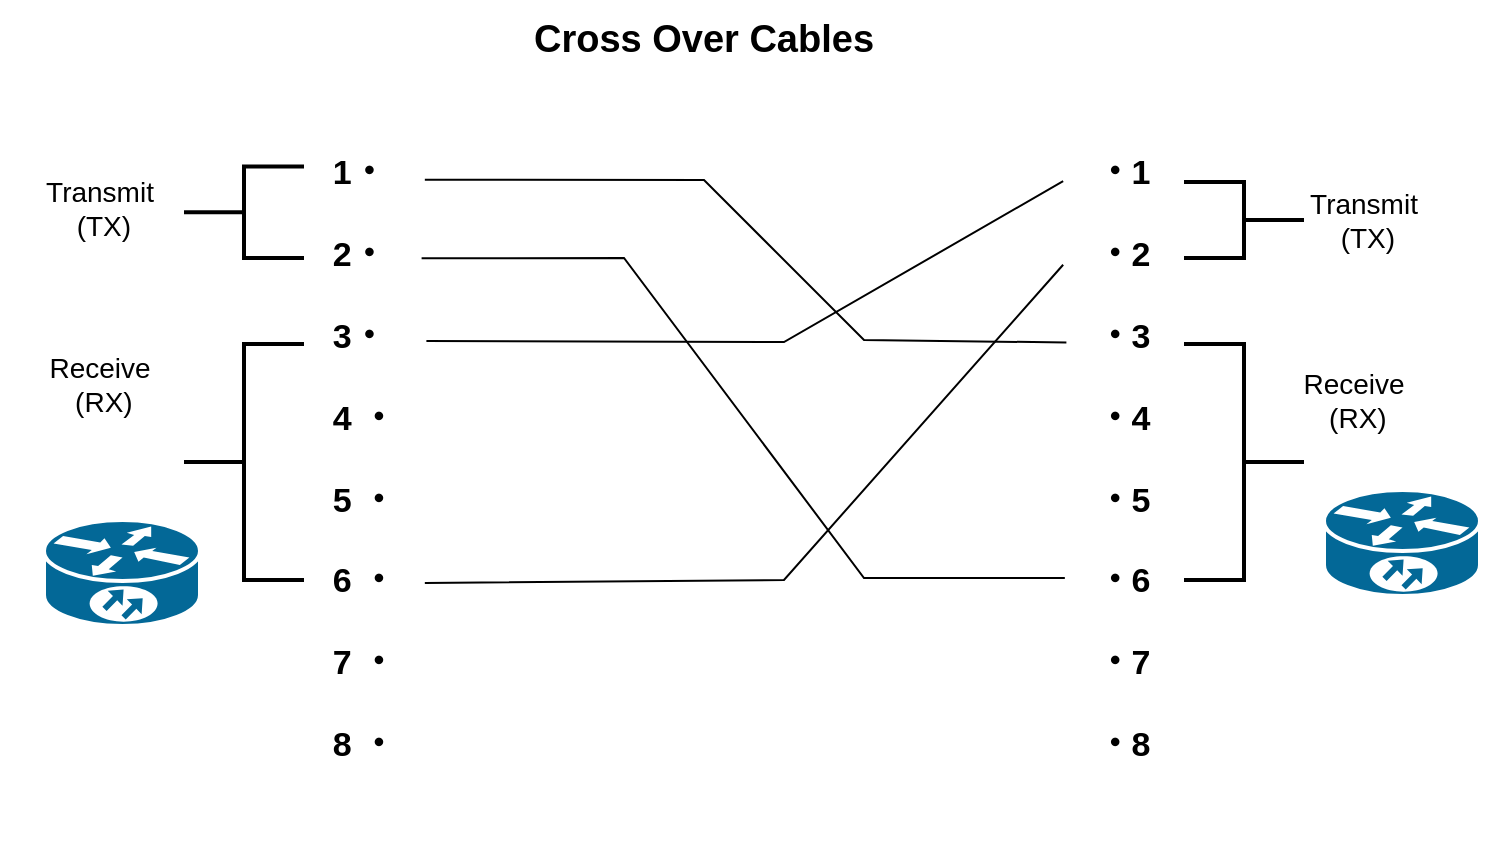
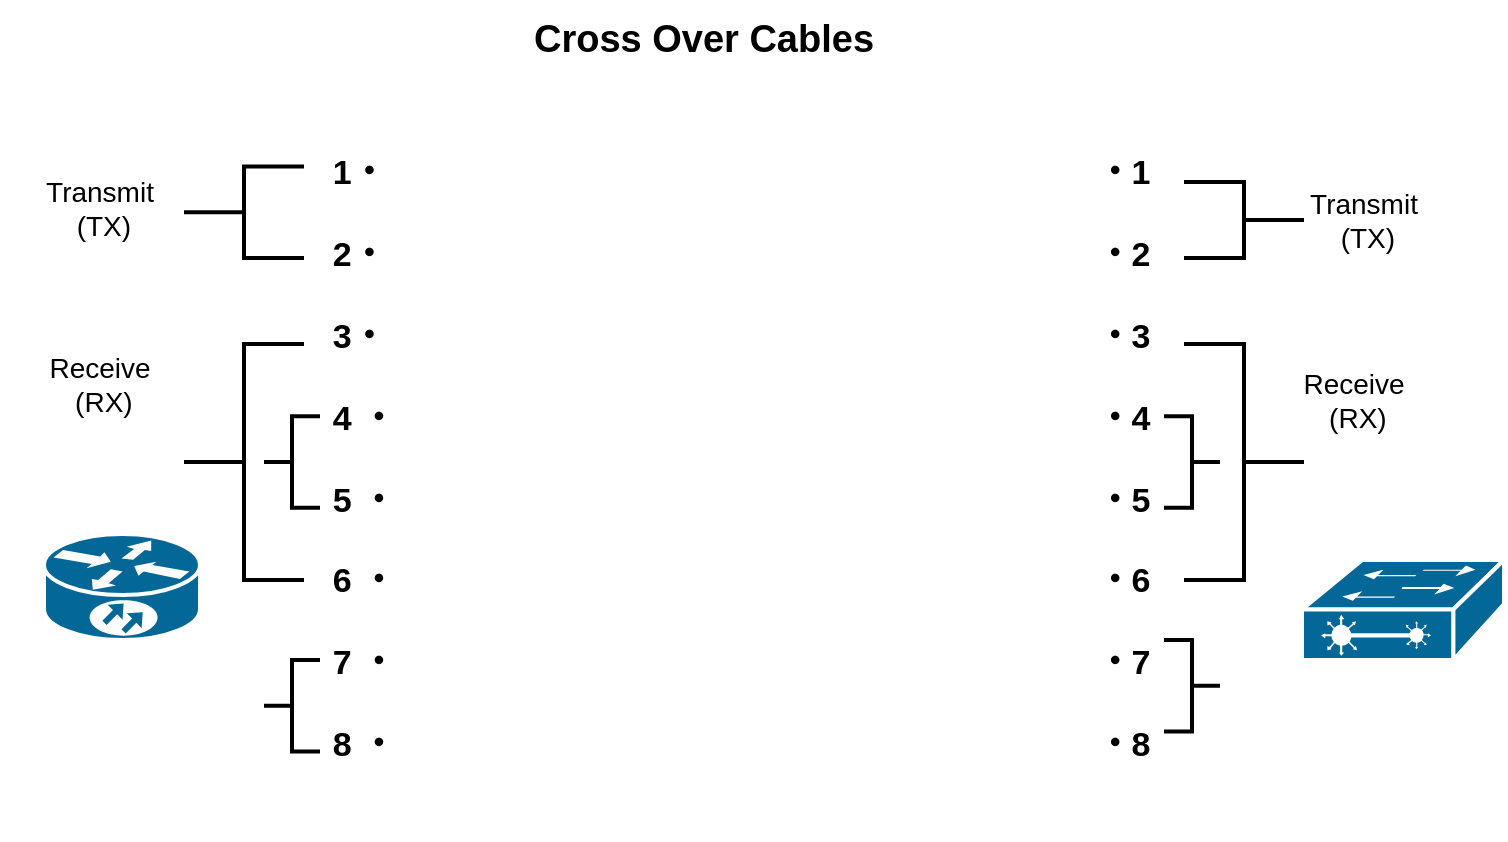
<mxfile host="app.diagrams.net">
  <diagram name="Page-1" id="i0ITgJ9p3X1GBUkITVi4">
-     <mxGraphModel dx="1030" dy="552" grid="1" gridSize="10" guides="1" tooltips="1" connect="1" arrows="1" fold="1" page="1" pageScale="1" pageWidth="850" pageHeight="1100" math="0" shadow="0">
+     <mxGraphModel dx="1030" dy="553" grid="1" gridSize="10" guides="1" tooltips="1" connect="1" arrows="1" fold="1" page="1" pageScale="1" pageWidth="850" pageHeight="1100" math="0" shadow="0">
      <root>
        <mxCell id="0" />
        <mxCell id="1" parent="0" />
        <mxCell id="z0fqkPYA5qzKYMgXjRuS-20" parent="1" style="strokeColor=#ffffff;sketch=0;html=1;pointerEvents=1;dashed=0;fillColor=#036897;strokeWidth=2;verticalLabelPosition=bottom;verticalAlign=top;align=center;outlineConnect=0;shape=mxgraph.cisco.routers.10700;" value="" vertex="1">
-           <mxGeometry height="53" width="78" x="30" y="330" as="geometry" />
+           <mxGeometry height="53" width="78" x="30" y="337" as="geometry" />
        </mxCell>
        <mxCell id="z0fqkPYA5qzKYMgXjRuS-23" parent="1" style="text;html=1;whiteSpace=wrap;strokeColor=none;fillColor=none;align=center;verticalAlign=middle;rounded=0;fontStyle=1;fontSize=17;" value="&lt;div align=&quot;left&quot;&gt;1・&lt;/div&gt;&lt;div align=&quot;left&quot;&gt;&lt;br&gt;2・&lt;/div&gt;&lt;div align=&quot;left&quot;&gt;&lt;br&gt;3・&lt;/div&gt;&lt;div align=&quot;left&quot;&gt;&lt;br&gt;4 ・&lt;/div&gt;&lt;div align=&quot;left&quot;&gt;&lt;br&gt;5 ・&lt;/div&gt;&lt;div align=&quot;left&quot;&gt;&lt;br&gt;6 ・&lt;/div&gt;&lt;div align=&quot;left&quot;&gt;&lt;br&gt;7 ・&lt;/div&gt;&lt;div align=&quot;left&quot;&gt;&lt;br&gt;8 ・&lt;/div&gt;&lt;div&gt;&lt;br&gt;&lt;/div&gt;" vertex="1">
          <mxGeometry height="360" width="60" x="160" y="130" as="geometry" />
        </mxCell>
        <mxCell id="z0fqkPYA5qzKYMgXjRuS-24" parent="1" style="text;html=1;whiteSpace=wrap;strokeColor=none;fillColor=none;align=center;verticalAlign=middle;rounded=0;fontStyle=1;fontSize=17;" value="&lt;div align=&quot;left&quot;&gt;・1&lt;/div&gt;&lt;div align=&quot;left&quot;&gt;&lt;br&gt;・2&lt;/div&gt;&lt;div align=&quot;left&quot;&gt;&lt;br&gt;・3&lt;/div&gt;&lt;div align=&quot;left&quot;&gt;&lt;br&gt;・4&lt;/div&gt;&lt;div align=&quot;left&quot;&gt;&lt;br&gt;・5&lt;/div&gt;&lt;div align=&quot;left&quot;&gt;&lt;br&gt;・6&lt;/div&gt;&lt;div align=&quot;left&quot;&gt;&lt;br&gt;・7&lt;/div&gt;&lt;div align=&quot;left&quot;&gt;&lt;br&gt;・8&lt;/div&gt;&lt;div&gt;&lt;br&gt;&lt;/div&gt;" vertex="1">
          <mxGeometry height="360" width="60" x="540" y="130" as="geometry" />
        </mxCell>
        <mxCell id="z0fqkPYA5qzKYMgXjRuS-36" parent="1" style="text;html=1;whiteSpace=wrap;strokeColor=none;fillColor=none;align=center;verticalAlign=middle;rounded=0;fontSize=14;" value="&lt;div&gt;Receive&lt;/div&gt;&lt;div&gt;&amp;nbsp;(RX)&lt;/div&gt;" vertex="1">
          <mxGeometry height="39" width="150" x="610" y="250" as="geometry" />
        </mxCell>
        <mxCell id="z0fqkPYA5qzKYMgXjRuS-37" parent="1" style="text;html=1;whiteSpace=wrap;strokeColor=none;fillColor=none;align=center;verticalAlign=middle;rounded=0;fontSize=14;" value="&lt;div&gt;Transmit&lt;/div&gt;&lt;div&gt;&amp;nbsp;(TX)&lt;/div&gt;" vertex="1">
          <mxGeometry height="39" width="100" x="8" y="154.25" as="geometry" />
        </mxCell>
        <mxCell id="z0fqkPYA5qzKYMgXjRuS-38" parent="1" style="text;html=1;whiteSpace=wrap;strokeColor=none;fillColor=none;align=center;verticalAlign=middle;rounded=0;fontSize=14;" value="&lt;div&gt;Transmit&lt;/div&gt;&lt;div&gt;&amp;nbsp;(TX)&lt;/div&gt;" vertex="1">
          <mxGeometry height="39" width="100" x="640" y="160" as="geometry" />
        </mxCell>
        <mxCell id="z0fqkPYA5qzKYMgXjRuS-39" parent="1" style="text;html=1;whiteSpace=wrap;strokeColor=none;fillColor=none;align=center;verticalAlign=middle;rounded=0;fontSize=14;" value="&lt;div&gt;Receive&lt;/div&gt;&lt;div&gt;&amp;nbsp;(RX)&lt;/div&gt;" vertex="1">
          <mxGeometry height="39" width="100" x="8" y="242" as="geometry" />
        </mxCell>
        <mxCell id="z0fqkPYA5qzKYMgXjRuS-48" parent="1" style="text;html=1;whiteSpace=wrap;strokeColor=none;fillColor=none;align=center;verticalAlign=middle;rounded=0;" value="&lt;b&gt;&lt;font style=&quot;font-size: 19px;&quot;&gt;Cross Over Cables&lt;/font&gt;&lt;/b&gt;" vertex="1">
          <mxGeometry height="40" width="260" x="230" y="70" as="geometry" />
        </mxCell>
-         <mxCell id="z0fqkPYA5qzKYMgXjRuS-49" parent="1" style="strokeColor=#ffffff;sketch=0;html=1;pointerEvents=1;dashed=0;fillColor=#036897;strokeWidth=2;verticalLabelPosition=bottom;verticalAlign=top;align=center;outlineConnect=0;shape=mxgraph.cisco.routers.10700;" value="" vertex="1">
-           <mxGeometry height="53" width="78" x="670" y="315" as="geometry" />
-         </mxCell>
        <mxCell id="z0fqkPYA5qzKYMgXjRuS-58" parent="1" style="strokeWidth=2;html=1;shape=mxgraph.flowchart.annotation_2;align=left;labelPosition=right;pointerEvents=1;" value="" vertex="1">
          <mxGeometry height="118" width="60" x="100" y="242" as="geometry" />
        </mxCell>
        <mxCell id="z0fqkPYA5qzKYMgXjRuS-59" parent="1" style="strokeWidth=2;html=1;shape=mxgraph.flowchart.annotation_2;align=left;labelPosition=right;pointerEvents=1;rotation=-180;" value="" vertex="1">
          <mxGeometry height="118" width="60" x="600" y="242" as="geometry" />
        </mxCell>
        <mxCell id="z0fqkPYA5qzKYMgXjRuS-60" parent="1" style="strokeWidth=2;html=1;shape=mxgraph.flowchart.annotation_2;align=left;labelPosition=right;pointerEvents=1;" value="" vertex="1">
          <mxGeometry height="45.75" width="60" x="100" y="153.25" as="geometry" />
        </mxCell>
        <mxCell id="z0fqkPYA5qzKYMgXjRuS-61" parent="1" style="strokeWidth=2;html=1;shape=mxgraph.flowchart.annotation_2;align=left;labelPosition=right;pointerEvents=1;rotation=-180;" value="" vertex="1">
          <mxGeometry height="38" width="60" x="600" y="161" as="geometry" />
        </mxCell>
-         <mxCell id="z0fqkPYA5qzKYMgXjRuS-63" edge="1" parent="1" source="z0fqkPYA5qzKYMgXjRuS-23" style="endArrow=none;html=1;rounded=0;exitX=1.007;exitY=0.083;exitDx=0;exitDy=0;exitPerimeter=0;entryX=0.02;entryY=0.309;entryDx=0;entryDy=0;entryPerimeter=0;" target="z0fqkPYA5qzKYMgXjRuS-24" value="">
-           <mxGeometry height="50" relative="1" width="50" as="geometry">
-             <Array as="points">
-               <mxPoint x="360" y="160" />
-               <mxPoint x="440" y="240" />
-             </Array>
-             <mxPoint x="350" y="300" as="sourcePoint" />
-             <mxPoint x="400" y="250" as="targetPoint" />
-           </mxGeometry>
+         <mxCell id="P_2BiDoMpN762WaY7iJ6-1" parent="1" style="strokeWidth=2;html=1;shape=mxgraph.flowchart.annotation_2;align=left;labelPosition=right;pointerEvents=1;" value="" vertex="1">
+           <mxGeometry height="45.75" width="28" x="140" y="278.13" as="geometry" />
        </mxCell>
-         <mxCell id="z0fqkPYA5qzKYMgXjRuS-64" edge="1" parent="1" source="z0fqkPYA5qzKYMgXjRuS-23" style="endArrow=none;html=1;rounded=0;exitX=0.98;exitY=0.192;exitDx=0;exitDy=0;exitPerimeter=0;entryX=0.007;entryY=0.636;entryDx=0;entryDy=0;entryPerimeter=0;" target="z0fqkPYA5qzKYMgXjRuS-24" value="">
-           <mxGeometry height="50" relative="1" width="50" as="geometry">
-             <Array as="points">
-               <mxPoint x="320" y="199" />
-               <mxPoint x="440" y="359" />
-             </Array>
-             <mxPoint x="350" y="300" as="sourcePoint" />
-             <mxPoint x="400" y="250" as="targetPoint" />
-           </mxGeometry>
+         <mxCell id="P_2BiDoMpN762WaY7iJ6-2" parent="1" style="strokeWidth=2;html=1;shape=mxgraph.flowchart.annotation_2;align=left;labelPosition=right;pointerEvents=1;" value="" vertex="1">
+           <mxGeometry height="45.75" width="28" x="140" y="400" as="geometry" />
        </mxCell>
-         <mxCell id="z0fqkPYA5qzKYMgXjRuS-65" edge="1" parent="1" source="z0fqkPYA5qzKYMgXjRuS-23" style="endArrow=none;html=1;rounded=0;exitX=1.02;exitY=0.307;exitDx=0;exitDy=0;exitPerimeter=0;entryX=-0.007;entryY=0.085;entryDx=0;entryDy=0;entryPerimeter=0;" target="z0fqkPYA5qzKYMgXjRuS-24" value="">
-           <mxGeometry height="50" relative="1" width="50" as="geometry">
-             <Array as="points">
-               <mxPoint x="400" y="241" />
-             </Array>
-             <mxPoint x="350" y="300" as="sourcePoint" />
-             <mxPoint x="400" y="250" as="targetPoint" />
-           </mxGeometry>
+         <mxCell id="P_2BiDoMpN762WaY7iJ6-3" parent="1" style="strokeWidth=2;html=1;shape=mxgraph.flowchart.annotation_2;align=left;labelPosition=right;pointerEvents=1;rotation=-180;" value="" vertex="1">
+           <mxGeometry height="45.75" width="28" x="590" y="390" as="geometry" />
        </mxCell>
-         <mxCell id="z0fqkPYA5qzKYMgXjRuS-66" edge="1" parent="1" source="z0fqkPYA5qzKYMgXjRuS-23" style="endArrow=none;html=1;rounded=0;exitX=1.007;exitY=0.643;exitDx=0;exitDy=0;exitPerimeter=0;entryX=-0.007;entryY=0.201;entryDx=0;entryDy=0;entryPerimeter=0;" target="z0fqkPYA5qzKYMgXjRuS-24" value="">
-           <mxGeometry height="50" relative="1" width="50" as="geometry">
-             <Array as="points">
-               <mxPoint x="400" y="360" />
-             </Array>
-             <mxPoint x="350" y="300" as="sourcePoint" />
-             <mxPoint x="400" y="250" as="targetPoint" />
-           </mxGeometry>
+         <mxCell id="P_2BiDoMpN762WaY7iJ6-4" parent="1" style="strokeWidth=2;html=1;shape=mxgraph.flowchart.annotation_2;align=left;labelPosition=right;pointerEvents=1;rotation=-180;" value="" vertex="1">
+           <mxGeometry height="45.75" width="28" x="590" y="278.13" as="geometry" />
+         </mxCell>
+         <mxCell id="P_2BiDoMpN762WaY7iJ6-6" parent="1" style="strokeColor=#ffffff;sketch=0;html=1;pointerEvents=1;dashed=0;fillColor=#036897;strokeWidth=2;verticalLabelPosition=bottom;verticalAlign=top;align=center;outlineConnect=0;shape=mxgraph.cisco.switches.layer_2_remote_switch;" value="" vertex="1">
+           <mxGeometry height="50" width="101" x="659" y="350" as="geometry" />
        </mxCell>
      </root>
    </mxGraphModel>
  </diagram>
</mxfile>
